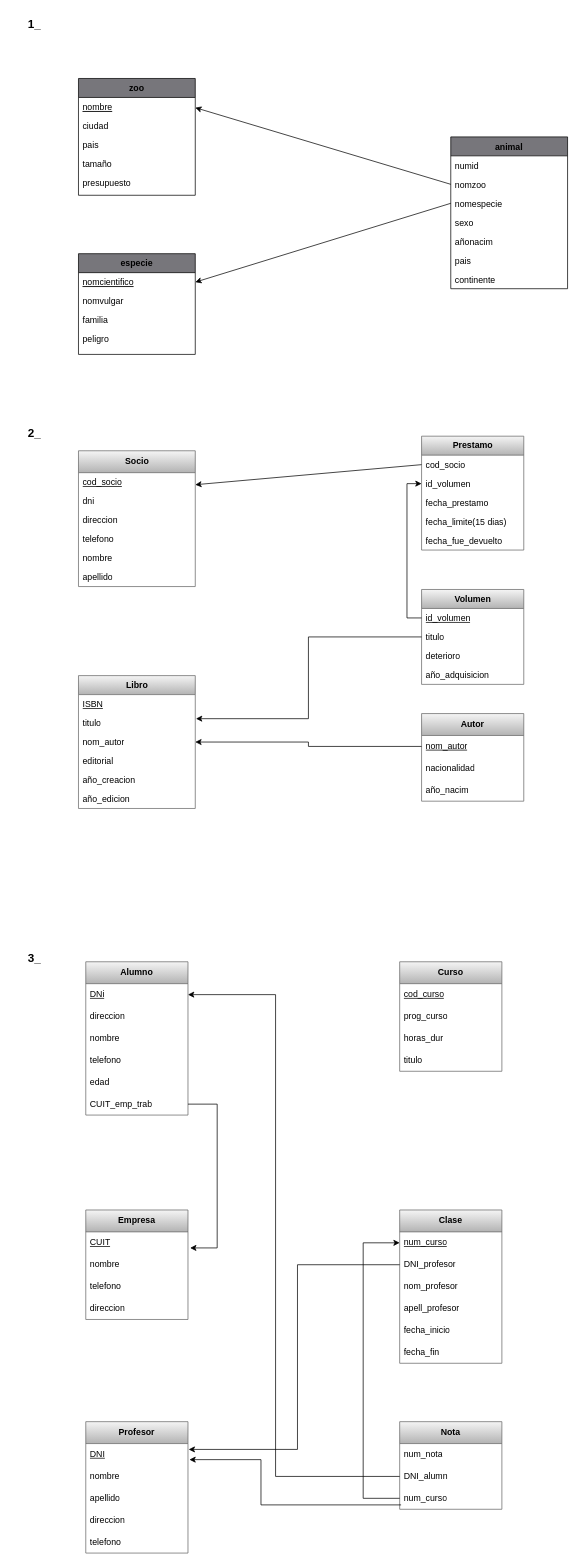
Above: Diagrama sin título.drawio in JuanPaBV/DyABasesDatos (draw.io), before the change. Source tidied: cells renumbered, new cells numbered last; positions are measured from the earlier drawing's top-left corner, leaving out a move shared by most shapes. Both pictures are drawn from the tidied source at 73%, with x=0, y=0 at pixel (12, 12).
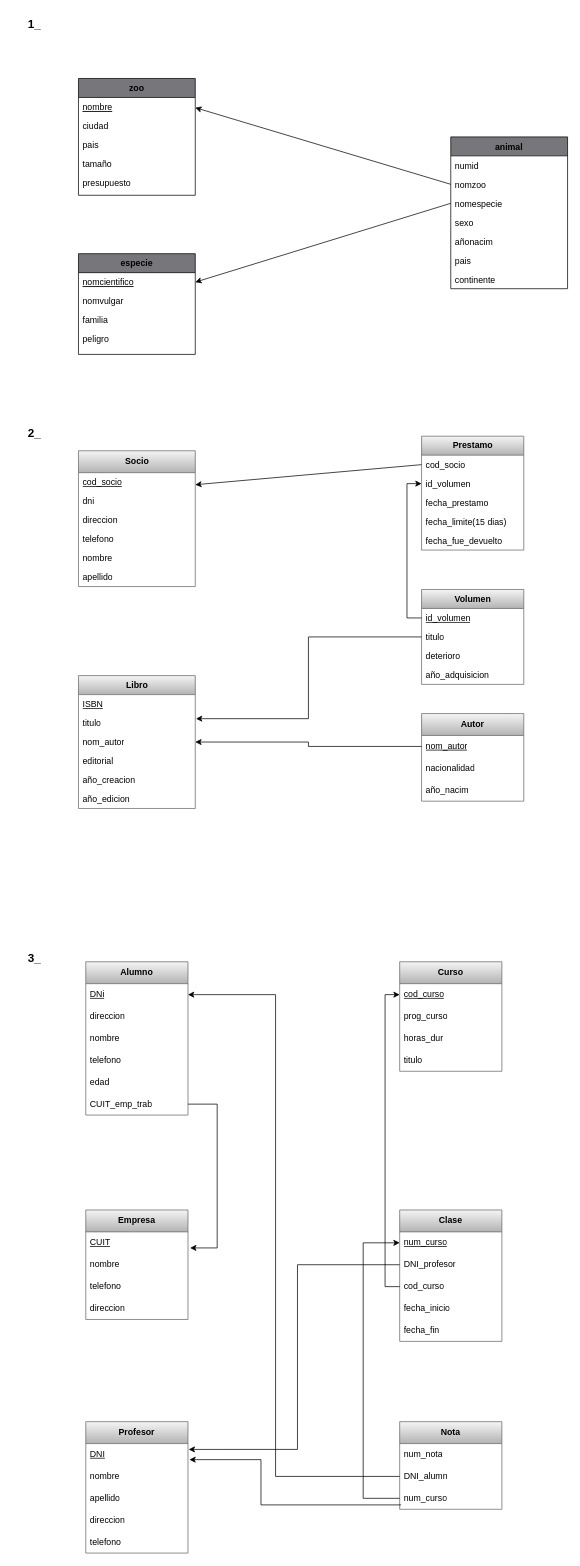
The same page after the edit.

Unchanged cells that the change refers to:
```xml
<mxCell id="66" value="cod_curso" style="text;strokeColor=none;fillColor=none;align=left;verticalAlign=middle;spacingLeft=4;spacingRight=4;overflow=hidden;points=[[0,0.5],[1,0.5]];portConstraint=eastwest;whiteSpace=wrap;html=1;fontStyle=4;" parent="65" vertex="1">
  <mxGeometry y="30" width="140" height="30" as="geometry" />
</mxCell>
```

What changed in the source:
```diff
@@
     <mxCell id="70" value="&lt;b&gt;Clase&lt;/b&gt;" style="swimlane;fontStyle=0;horizontal=1;startSize=30;whiteSpace=wrap;html=1;fillColor=#f5f5f5;gradientColor=#b3b3b3;strokeColor=#666666;" parent="1" vertex="1">
-      <mxGeometry x="530" y="1640" width="140" height="210" as="geometry" />
+      <mxGeometry x="530" y="1640" width="140" height="180" as="geometry" />
     </mxCell>
@@
-    <mxCell id="73" value="nom_profesor" style="text;strokeColor=none;fillColor=none;align=left;verticalAlign=middle;spacingLeft=4;spacingRight=4;overflow=hidden;whiteSpace=wrap;html=1;" parent="70" vertex="1">
-      <mxGeometry y="90" width="140" height="30" as="geometry" />
-    </mxCell>
-    <mxCell id="74" value="apell_profesor" style="text;strokeColor=none;fillColor=none;align=left;verticalAlign=middle;spacingLeft=4;spacingRight=4;overflow=hidden;points=[[0,0.5],[1,0.5]];portConstraint=eastwest;whiteSpace=wrap;html=1;" parent="70" vertex="1">
-      <mxGeometry y="120" width="140" height="30" as="geometry" />
+    <mxCell id="74" value="cod_curso" style="text;strokeColor=none;fillColor=none;align=left;verticalAlign=middle;spacingLeft=4;spacingRight=4;overflow=hidden;points=[[0,0.5],[1,0.5]];portConstraint=eastwest;whiteSpace=wrap;html=1;" parent="70" vertex="1">
+      <mxGeometry y="90" width="140" height="30" as="geometry" />
     </mxCell>
     <mxCell id="75" value="fecha_inicio" style="text;strokeColor=none;fillColor=none;align=left;verticalAlign=middle;spacingLeft=4;spacingRight=4;overflow=hidden;whiteSpace=wrap;html=1;" parent="70" vertex="1">
-      <mxGeometry y="150" width="140" height="30" as="geometry" />
+      <mxGeometry y="120" width="140" height="30" as="geometry" />
     </mxCell>
     <mxCell id="76" value="&lt;div&gt;fecha_fin&lt;/div&gt;" style="text;strokeColor=none;fillColor=none;align=left;verticalAlign=middle;spacingLeft=4;spacingRight=4;overflow=hidden;whiteSpace=wrap;html=1;" parent="70" vertex="1">
-      <mxGeometry y="180" width="140" height="30" as="geometry" />
+      <mxGeometry y="150" width="140" height="30" as="geometry" />
     </mxCell>
@@
+    <mxCell id="99" style="edgeStyle=orthogonalEdgeStyle;rounded=0;jettySize=auto;html=1;exitX=0;exitY=0.5;exitDx=0;exitDy=0;entryX=0;entryY=0.5;entryDx=0;entryDy=0;" parent="1" edge="1" source="74" target="66">
+      <mxGeometry relative="1" as="geometry" />
+    </mxCell>
```
